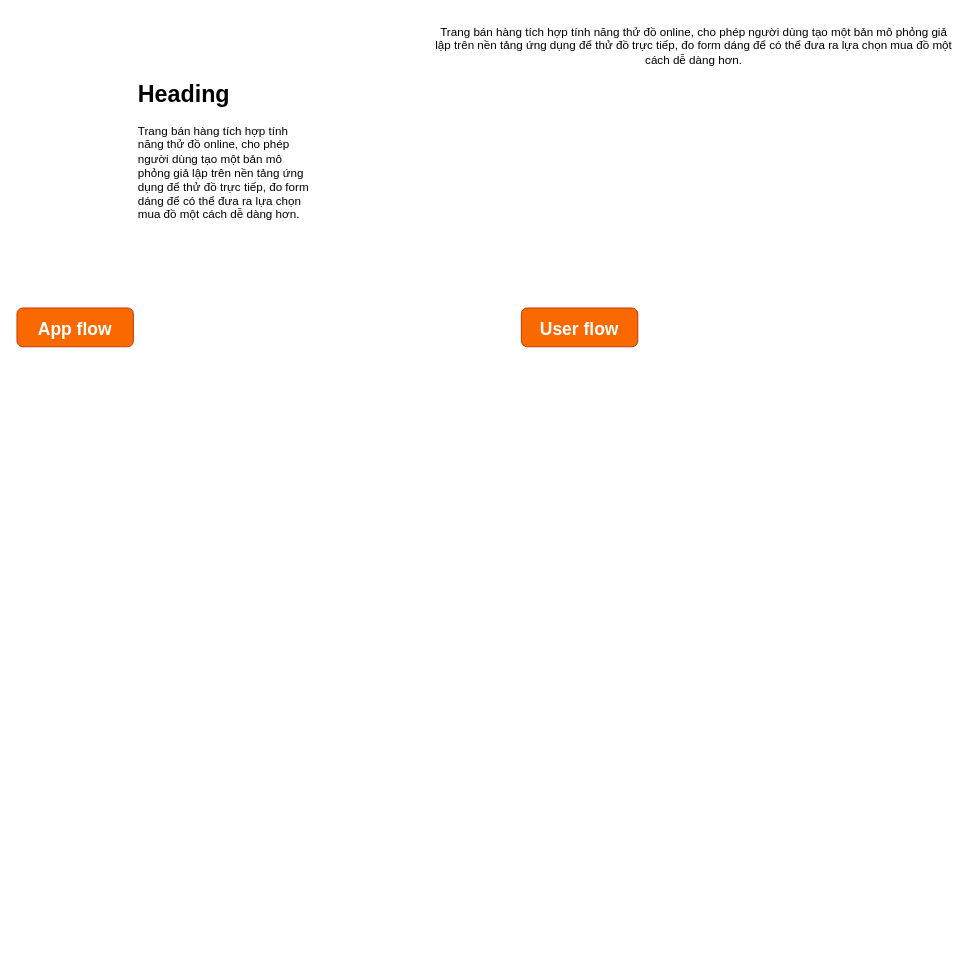
Earlier version of the draw.io diagram Untitled Diagram.drawio (bltt84/Practice). Source tidied: cells renumbered, new cells numbered last; positions are measured from the earlier drawing's top-left corner, leaving out a move shared by most shapes. Both pictures are drawn from the tidied source at 97%, with x=0, y=0 at pixel (16, 16).
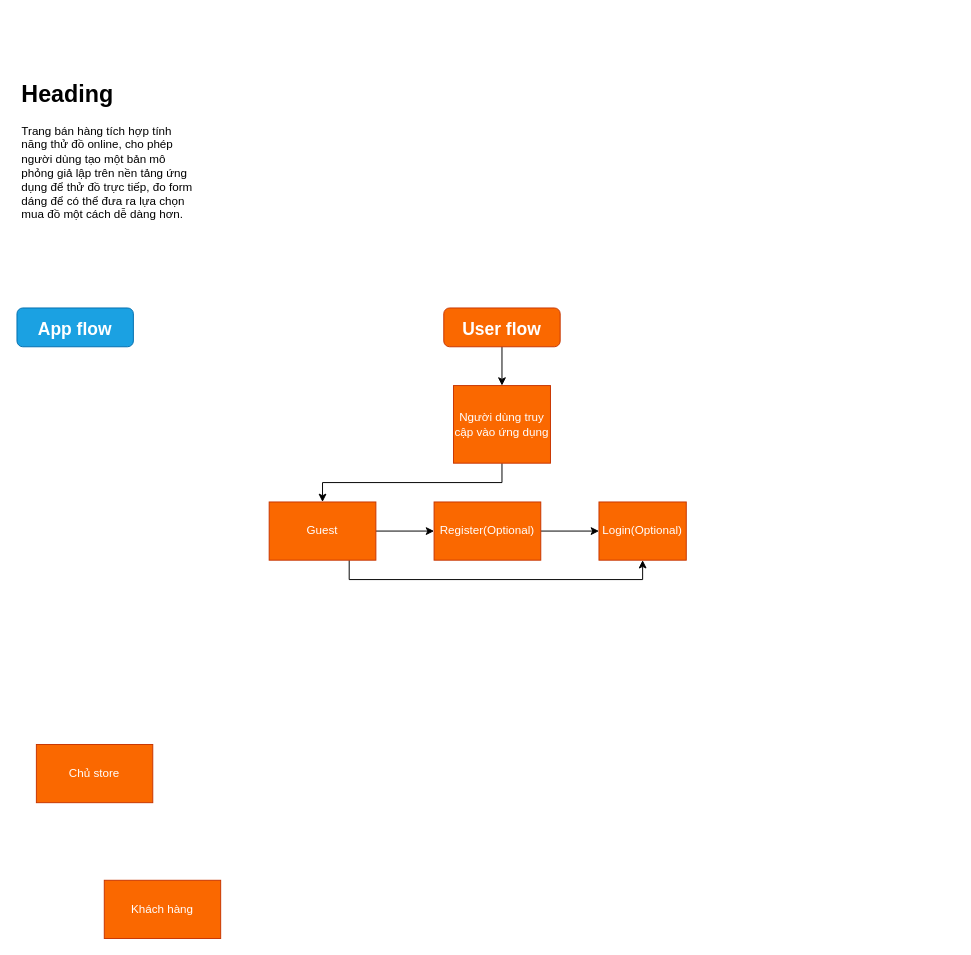
After the change.

What changed in the source:
```diff
@@
 <mxGraphModel>
   <root>
     <mxCell id="0" />
     <mxCell id="1" parent="0" />
-    <mxCell id="2" value="&lt;h1&gt;&lt;font color=&quot;#ffffff&quot;&gt;&lt;span style=&quot;font-size: 18px&quot;&gt;App flow&lt;/span&gt;&lt;/font&gt;&lt;/h1&gt;" style="rounded=1;whiteSpace=wrap;html=1;fontSize=12;glass=0;strokeWidth=1;shadow=0;fillColor=#fa6800;strokeColor=#C73500;fontColor=#000000;" parent="1" vertex="1">
+    <mxCell id="2" value="&lt;h1&gt;&lt;font color=&quot;#ffffff&quot;&gt;&lt;span style=&quot;font-size: 18px&quot;&gt;App flow&lt;/span&gt;&lt;/font&gt;&lt;/h1&gt;" style="rounded=1;whiteSpace=wrap;html=1;fontSize=12;glass=0;strokeWidth=1;shadow=0;fillColor=#1ba1e2;strokeColor=#006EAF;fontColor=#ffffff;" parent="1" vertex="1">
       <mxGeometry y="300" width="120" height="40" as="geometry" />
     </mxCell>
-    <mxCell id="3" value="Trang bán hàng tích hợp tính năng thử đồ online, cho phép người dùng tạo một bản mô phỏng giả lập trên nền tảng ứng dụng để thử đồ trực tiếp, đo form dáng để có thể đưa ra lựa chọn mua đồ một cách dễ dàng hơn." style="text;html=1;strokeColor=none;fillColor=none;align=center;verticalAlign=middle;whiteSpace=wrap;rounded=0;" parent="1" vertex="1">
-      <mxGeometry x="430" width="536" height="60" as="geometry" />
-    </mxCell>
     <mxCell id="4" value="&lt;h1&gt;Heading&lt;/h1&gt;&lt;p&gt;&lt;span style=&quot;text-align: center&quot;&gt;Trang bán hàng tích hợp tính năng thử đồ online, cho phép người dùng tạo một bản mô phỏng giả lập trên nền tảng ứng dụng để thử đồ trực tiếp, đo form dáng để có thể đưa ra lựa chọn mua đồ một cách dễ dàng hơn.&lt;/span&gt;&lt;br&gt;&lt;/p&gt;" style="text;html=1;strokeColor=none;fillColor=none;spacing=5;spacingTop=-20;whiteSpace=wrap;overflow=hidden;rounded=0;" parent="1" vertex="1">
-      <mxGeometry x="120" y="60" width="190" height="160" as="geometry" />
+      <mxGeometry y="60" width="190" height="160" as="geometry" />
     </mxCell>
+    <mxCell id="6" style="edgeStyle=orthogonalEdgeStyle;rounded=0;jettySize=auto;html=1;entryX=0.5;entryY=0;entryDx=0;entryDy=0;" parent="1" edge="1" source="5" target="8">
+      <mxGeometry relative="1" as="geometry" />
+    </mxCell>
     <mxCell id="5" value="&lt;h1&gt;&lt;font color=&quot;#ffffff&quot;&gt;&lt;span style=&quot;font-size: 18px&quot;&gt;User flow&lt;/span&gt;&lt;/font&gt;&lt;/h1&gt;" style="rounded=1;whiteSpace=wrap;html=1;fontSize=12;glass=0;strokeWidth=1;shadow=0;fillColor=#fa6800;strokeColor=#C73500;fontColor=#000000;" parent="1" vertex="1">
-      <mxGeometry x="520" y="300" width="120" height="40" as="geometry" />
+      <mxGeometry x="440" y="300" width="120" height="40" as="geometry" />
     </mxCell>
+    <mxCell id="7" style="edgeStyle=orthogonalEdgeStyle;rounded=0;jettySize=auto;html=1;exitX=0.5;exitY=1;exitDx=0;exitDy=0;entryX=0.5;entryY=0;entryDx=0;entryDy=0;" parent="1" edge="1" source="8" target="16">
+      <mxGeometry relative="1" as="geometry" />
+    </mxCell>
+    <mxCell id="8" value="&lt;font color=&quot;#ffffff&quot;&gt;Người dùng truy cập vào ứng dụng&lt;/font&gt;" style="rounded=0;whiteSpace=wrap;html=1;fillColor=#fa6800;strokeColor=#C73500;fontColor=#000000;" parent="1" vertex="1">
+      <mxGeometry x="450" y="380" width="100" height="80" as="geometry" />
+    </mxCell>
+    <mxCell id="9" value="&lt;font color=&quot;#ffffff&quot;&gt;Khách hàng&lt;/font&gt;" style="rounded=0;whiteSpace=wrap;html=1;fillColor=#fa6800;strokeColor=#C73500;fontColor=#000000;" parent="1" vertex="1">
+      <mxGeometry x="90" y="890" width="120" height="60" as="geometry" />
+    </mxCell>
+    <mxCell id="10" value="&lt;font color=&quot;#ffffff&quot;&gt;Chủ store&lt;/font&gt;" style="rounded=0;whiteSpace=wrap;html=1;fillColor=#fa6800;strokeColor=#C73500;fontColor=#000000;" parent="1" vertex="1">
+      <mxGeometry x="20" y="750" width="120" height="60" as="geometry" />
+    </mxCell>
+    <mxCell id="11" value="&lt;font color=&quot;#ffffff&quot;&gt;Login(Optional)&lt;/font&gt;" style="rounded=0;whiteSpace=wrap;html=1;fillColor=#fa6800;strokeColor=#C73500;fontColor=#000000;" parent="1" vertex="1">
+      <mxGeometry x="600" y="500" width="90" height="60" as="geometry" />
+    </mxCell>
+    <mxCell id="12" style="edgeStyle=orthogonalEdgeStyle;rounded=0;jettySize=auto;html=1;exitX=1;exitY=0.5;exitDx=0;exitDy=0;entryX=0;entryY=0.5;entryDx=0;entryDy=0;" parent="1" edge="1" source="13" target="11">
+      <mxGeometry relative="1" as="geometry" />
+    </mxCell>
+    <mxCell id="13" value="&lt;font color=&quot;#ffffff&quot;&gt;Register(Optional)&lt;/font&gt;" style="rounded=0;whiteSpace=wrap;html=1;fillColor=#fa6800;strokeColor=#C73500;fontColor=#000000;" parent="1" vertex="1">
+      <mxGeometry x="430" y="500" width="110" height="60" as="geometry" />
+    </mxCell>
+    <mxCell id="14" style="edgeStyle=orthogonalEdgeStyle;rounded=0;jettySize=auto;html=1;exitX=1;exitY=0.5;exitDx=0;exitDy=0;entryX=0;entryY=0.5;entryDx=0;entryDy=0;" parent="1" edge="1" source="16" target="13">
+      <mxGeometry relative="1" as="geometry" />
+    </mxCell>
+    <mxCell id="15" style="edgeStyle=orthogonalEdgeStyle;rounded=0;jettySize=auto;html=1;exitX=0.75;exitY=1;exitDx=0;exitDy=0;entryX=0.5;entryY=1;entryDx=0;entryDy=0;" parent="1" edge="1" source="16" target="11">
+      <mxGeometry relative="1" as="geometry" />
+    </mxCell>
+    <mxCell id="16" value="&lt;font color=&quot;#ffffff&quot;&gt;Guest&lt;/font&gt;" style="rounded=0;whiteSpace=wrap;html=1;fillColor=#fa6800;strokeColor=#C73500;fontColor=#000000;" parent="1" vertex="1">
+      <mxGeometry x="260" y="500" width="110" height="60" as="geometry" />
+    </mxCell>
   </root>
 </mxGraphModel>
```
